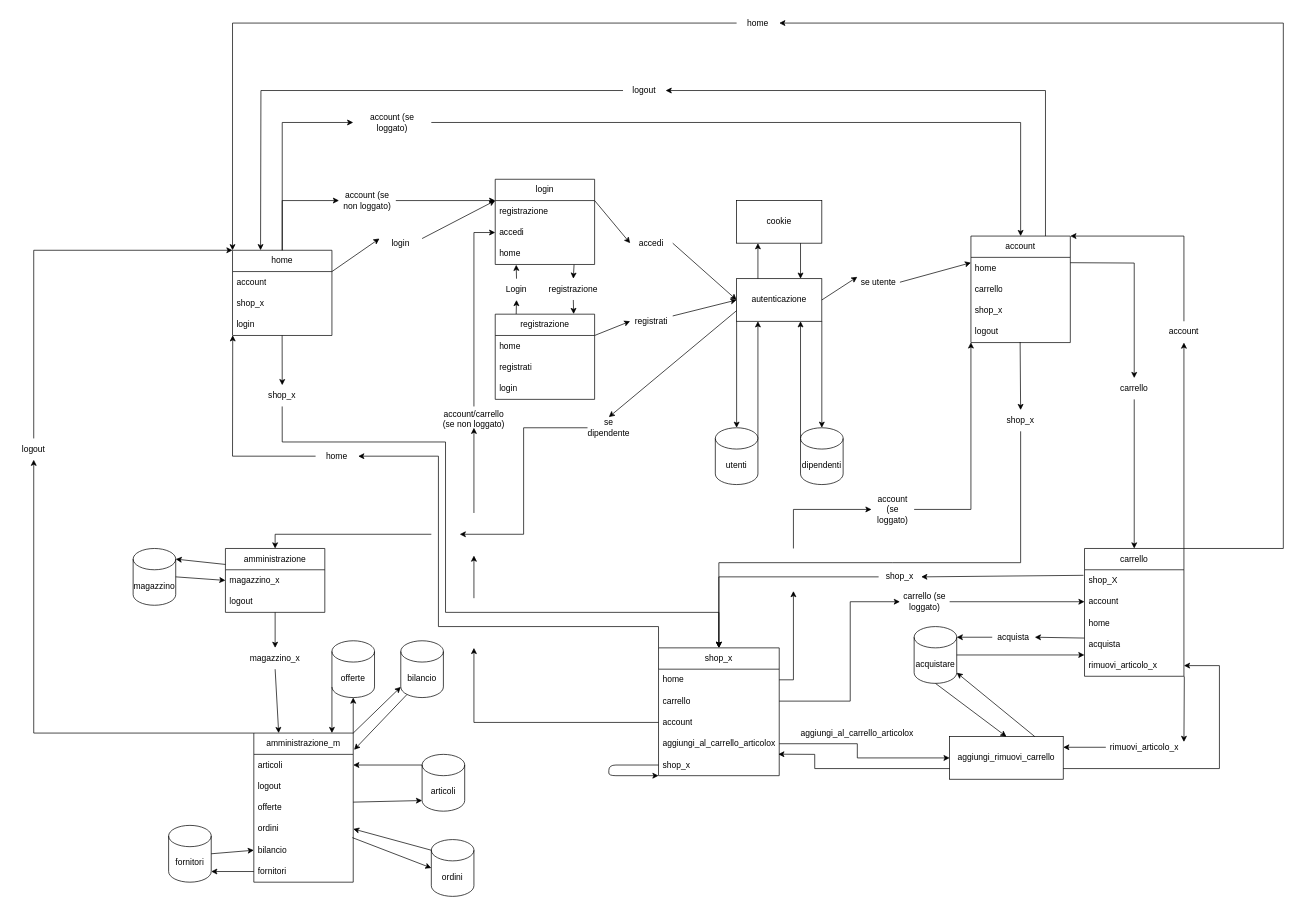
This is Documenti/progettazione_sito.drawio from Bugigio/Negozi-Sportivi, a draw.io file, before an edit. Source tidied: cells renumbered, new cells numbered last; positions are measured from the earlier drawing's top-left corner, leaving out a move shared by most shapes. Both pictures are drawn from the tidied source at 71%, with x=0, y=0 at pixel (12, 12).
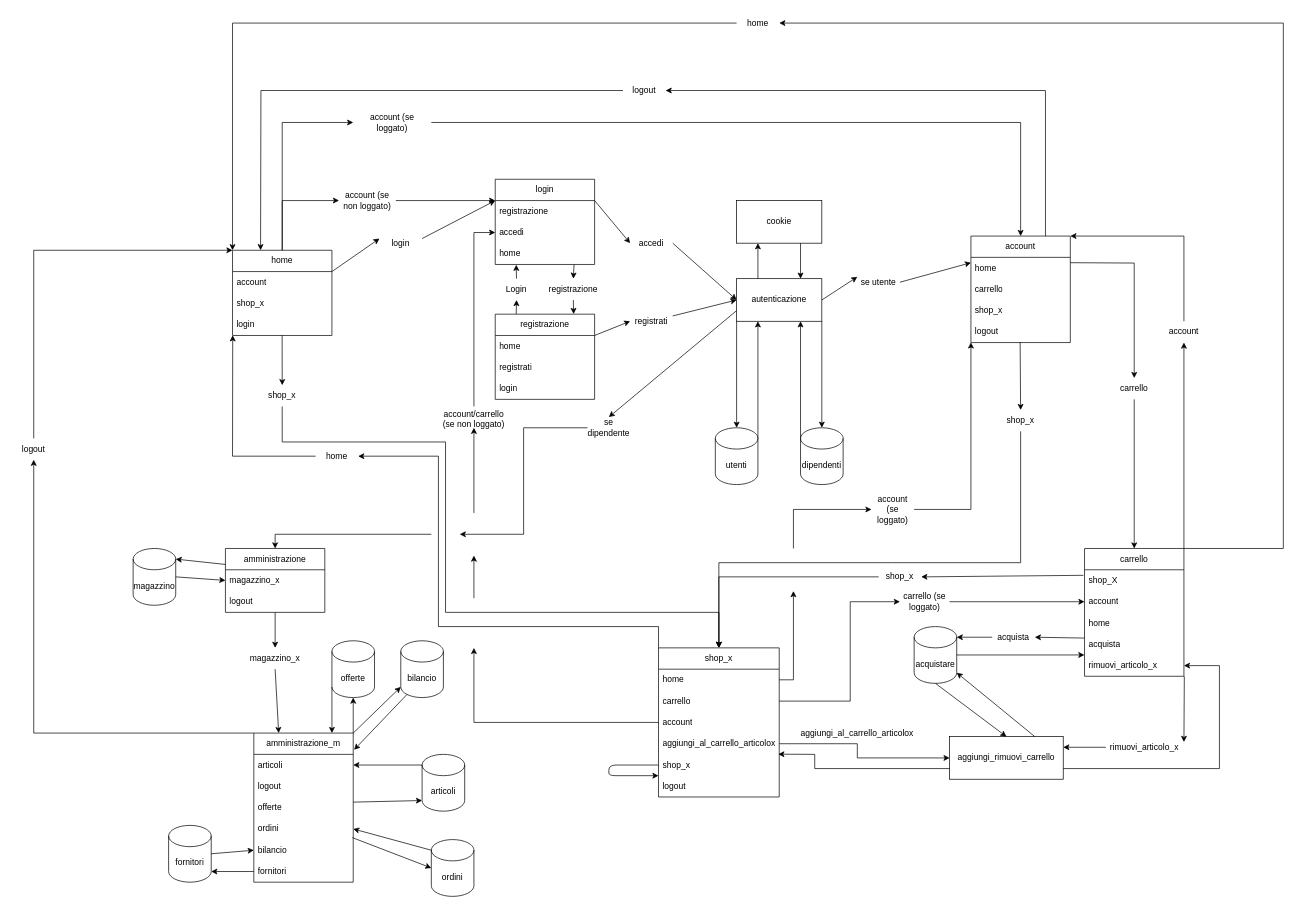
Above is the later version.

Commit message (it also covers changes not shown here):
css and web design

Modified css page and added an attribute on shop_x table in web design.

What changed in the source:
```diff
@@
     <mxCell id="2" value="shop_x" style="swimlane;fontStyle=0;horizontal=1;startSize=30;whiteSpace=wrap;html=1;" parent="1" vertex="1">
-      <mxGeometry x="910" y="895" width="170" height="180" as="geometry" />
+      <mxGeometry x="910" y="895" width="170" height="210" as="geometry" />
     </mxCell>
@@
+    <mxCell id="155" value="logout" style="text;strokeColor=none;fillColor=none;align=left;verticalAlign=middle;spacingLeft=4;spacingRight=4;overflow=hidden;whiteSpace=wrap;html=1;" parent="2" vertex="1">
+      <mxGeometry y="180" width="170" height="30" as="geometry" />
+    </mxCell>
```
